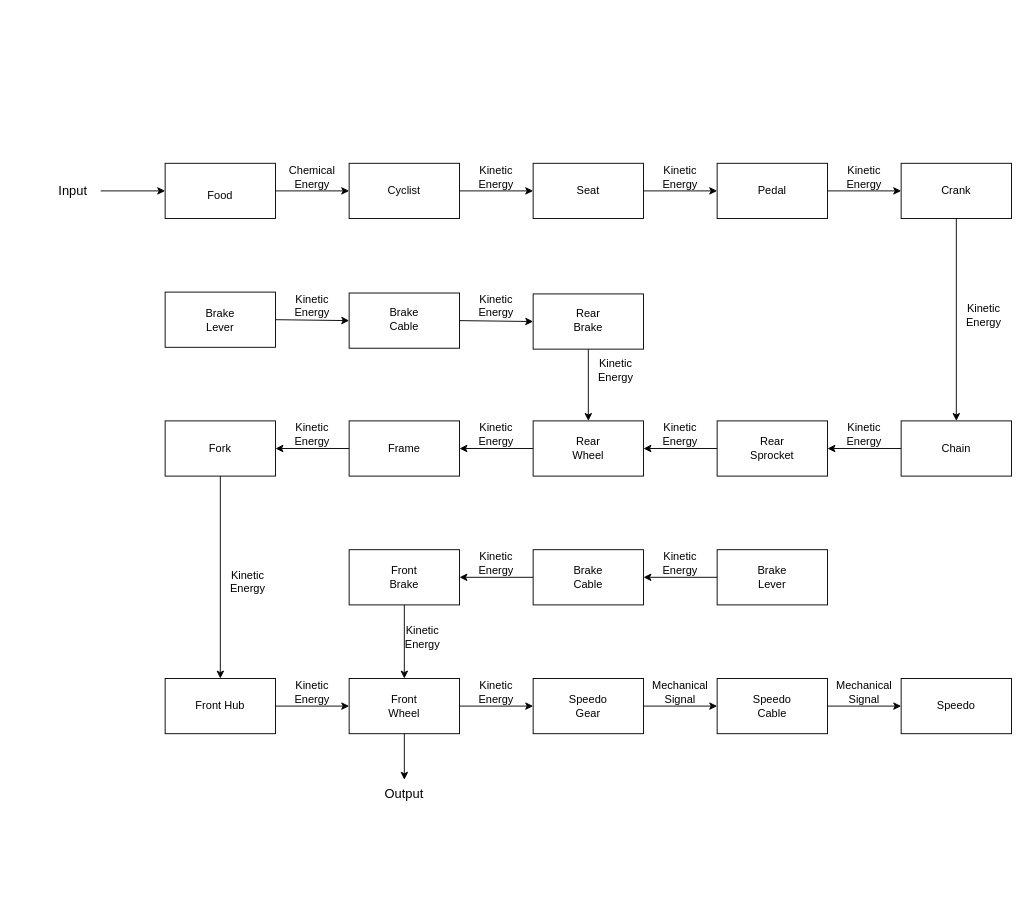
21013782/21 keeps this draw.io diagram as Mechanical Block Diagram.drawio. Above is the earlier version. Source tidied: cells renumbered, new cells numbered last; positions are measured from the earlier drawing's top-left corner, leaving out a move shared by most shapes. Both pictures are drawn from the tidied source at 92%, with x=0, y=0 at pixel (45, 163).
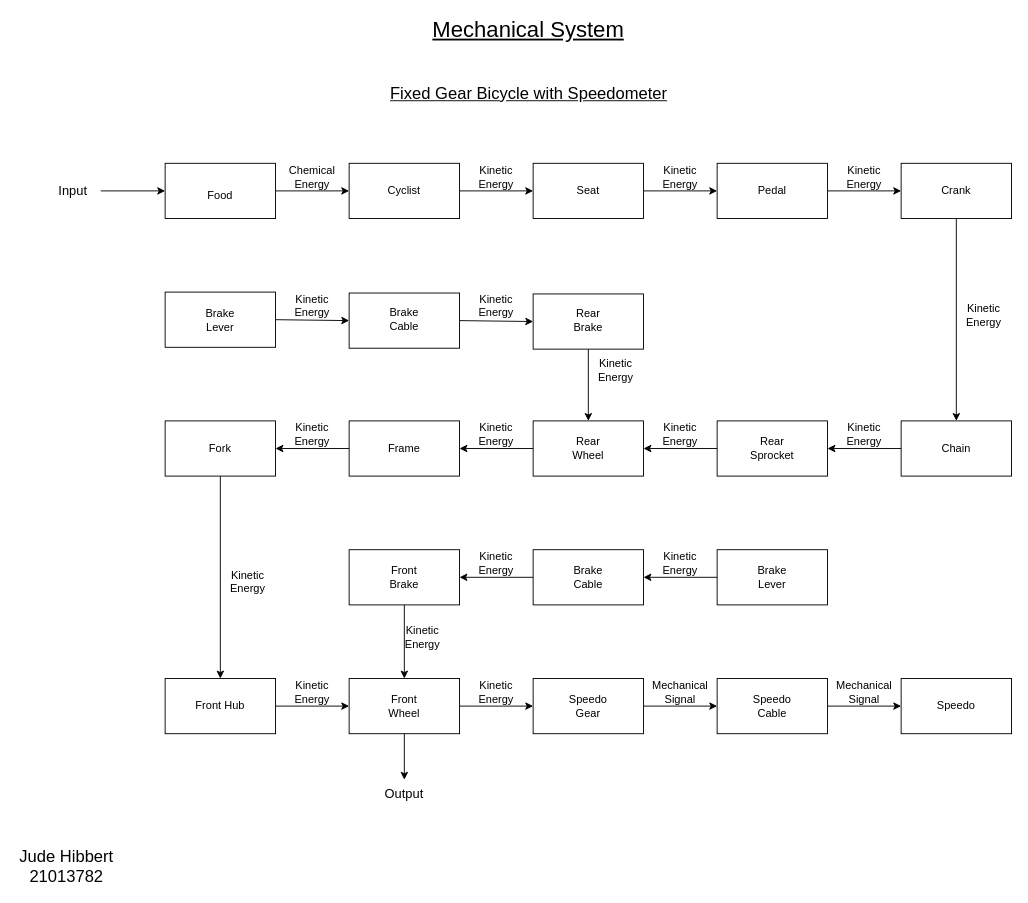
The same diagram, later.

What changed in the source:
```diff
@@
+    <mxCell id="88" value="&lt;font style=&quot;font-size: 18px;&quot;&gt;&lt;u style=&quot;&quot;&gt;Fixed Gear Bicycle with Speedometer&lt;/u&gt;&lt;/font&gt;" style="text;html=1;align=center;verticalAlign=middle;whiteSpace=wrap;rounded=0;" parent="1" vertex="1">
+      <mxGeometry x="322.5" y="-90" width="405" height="30" as="geometry" />
+    </mxCell>
+    <mxCell id="89" value="&lt;font style=&quot;font-size: 24px;&quot;&gt;&lt;u&gt;Mechanical System&lt;/u&gt;&lt;/font&gt;" style="text;html=1;align=center;verticalAlign=middle;whiteSpace=wrap;rounded=0;" parent="1" vertex="1">
+      <mxGeometry x="416" y="-160" width="218" height="30" as="geometry" />
+    </mxCell>
+    <mxCell id="90" value="&lt;font style=&quot;font-size: 18px;&quot;&gt;Jude Hibbert&lt;/font&gt;&lt;div&gt;&lt;font style=&quot;font-size: 18px;&quot;&gt;21013782&lt;/font&gt;&lt;/div&gt;" style="text;html=1;align=center;verticalAlign=middle;whiteSpace=wrap;rounded=0;" parent="1" vertex="1">
+      <mxGeometry x="-32" y="750" width="110" height="30" as="geometry" />
+    </mxCell>
```
